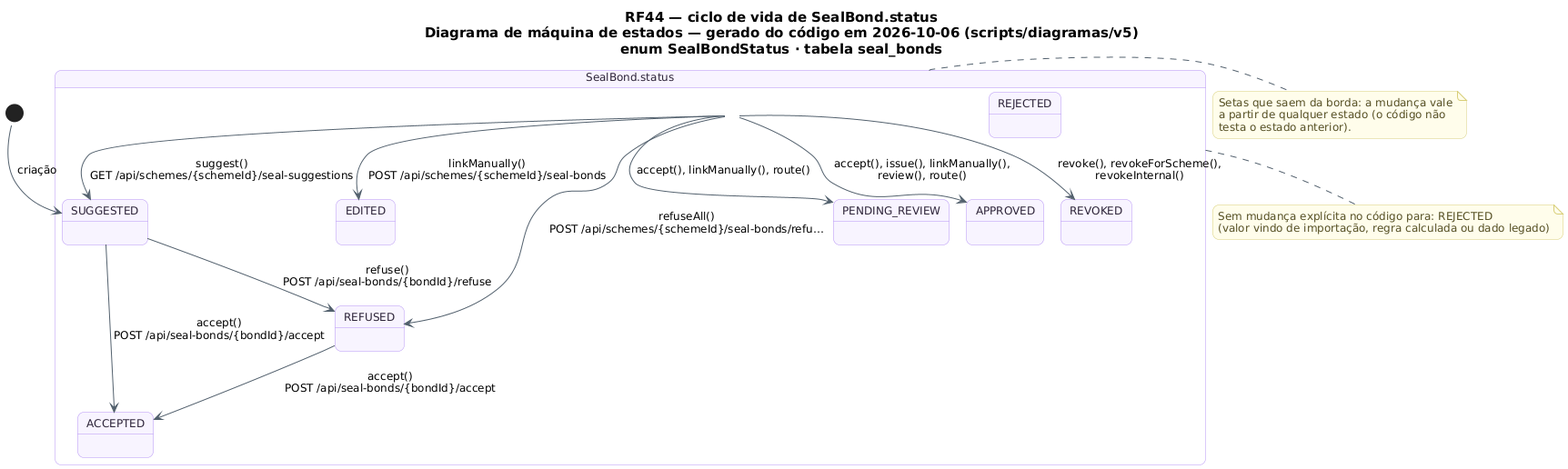
Above: docs/diagramas/RF44/RF44_MaquinaDeEstados_Venda.png in MatheusHaliski/tcc-2026-fashion-ai-backend (PlantUML), before the change. Its diagram source:
```plantuml
@startuml RF44_MaquinaDeEstados_Venda
!pragma layout smetana
skinparam backgroundColor #FFFFFF
skinparam shadowing false
skinparam defaultFontName "DejaVu Sans"
skinparam defaultFontSize 12
skinparam titleFontSize 15
skinparam roundcorner 14
skinparam ArrowColor #52606D
skinparam note {
  BackgroundColor #FFFDEB
  BorderColor #D8CE78
  FontColor #554F24
}
skinparam state {
  BackgroundColor #F8F4FF
  BorderColor #B695F5
  FontColor #2D2438
  StartColor #20A77A
  EndColor #4B5563
}
title RF44 — ciclo de vida de SealBond.status\nDiagrama de máquina de estados — gerado do código em 2026-10-06 (scripts/diagramas/v5)\nenum SealBondStatus · tabela seal_bonds

state "SealBond.status" as Ciclo_SealBond {
  state Ciclo_SealBond_SUGGESTED as "SUGGESTED"
  state Ciclo_SealBond_ACCEPTED as "ACCEPTED"
  state Ciclo_SealBond_EDITED as "EDITED"
  state Ciclo_SealBond_REFUSED as "REFUSED"
  state Ciclo_SealBond_PENDING_REVIEW as "PENDING_REVIEW"
  state Ciclo_SealBond_APPROVED as "APPROVED"
  state Ciclo_SealBond_REJECTED as "REJECTED"
  state Ciclo_SealBond_REVOKED as "REVOKED"
}
[*] --> Ciclo_SealBond_SUGGESTED : criação
Ciclo_SealBond --> Ciclo_SealBond_APPROVED : accept(), issue(), linkManually(),\nreview(), route()
Ciclo_SealBond --> Ciclo_SealBond_EDITED : linkManually()\nPOST /api/schemes/{schemeId}/seal-bonds
Ciclo_SealBond --> Ciclo_SealBond_PENDING_REVIEW : accept(), linkManually(), route()
Ciclo_SealBond --> Ciclo_SealBond_REFUSED : refuseAll()\nPOST /api/schemes/{schemeId}/seal-bonds/refu…
Ciclo_SealBond --> Ciclo_SealBond_REVOKED : revoke(), revokeForScheme(),\nrevokeInternal()
Ciclo_SealBond --> Ciclo_SealBond_SUGGESTED : suggest()\nGET /api/schemes/{schemeId}/seal-suggestions
Ciclo_SealBond_REFUSED --> Ciclo_SealBond_ACCEPTED : accept()\nPOST /api/seal-bonds/{bondId}/accept
Ciclo_SealBond_SUGGESTED --> Ciclo_SealBond_ACCEPTED : accept()\nPOST /api/seal-bonds/{bondId}/accept
Ciclo_SealBond_SUGGESTED --> Ciclo_SealBond_REFUSED : refuse()\nPOST /api/seal-bonds/{bondId}/refuse
note bottom of Ciclo_SealBond
  Sem mudança explícita no código para: REJECTED
  (valor vindo de importação, regra calculada ou dado legado)
end note
note right of Ciclo_SealBond
  Setas que saem da borda: a mudança vale
  a partir de qualquer estado (o código não
  testa o estado anterior).
end note
@enduml
```
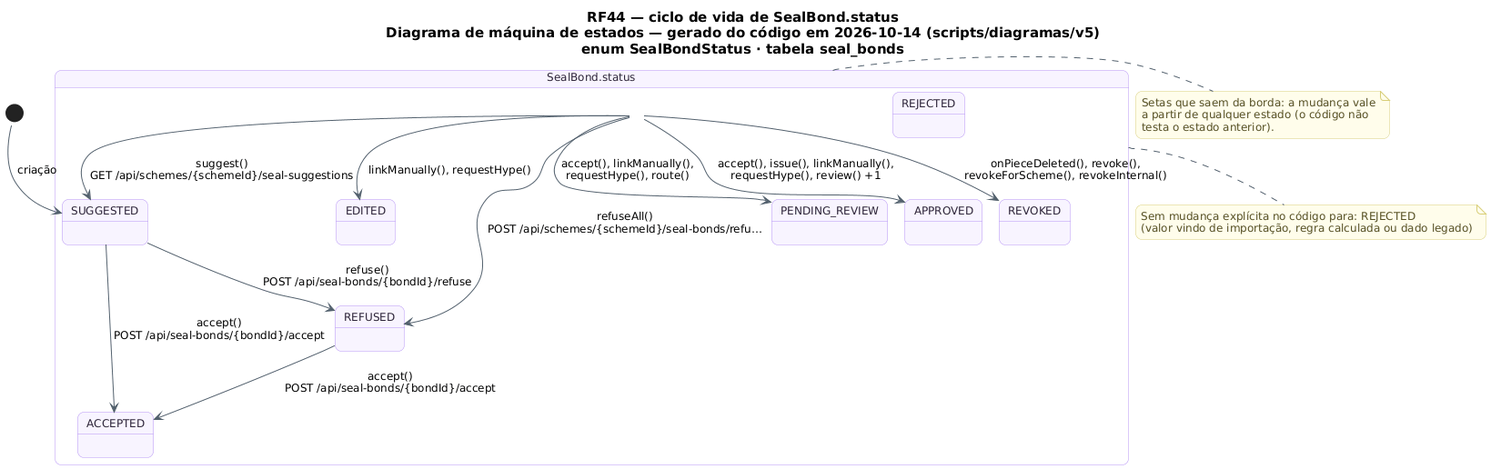
Later version of the same file.

Diff of the diagram source:
```diff
@@ -19,7 +19,7 @@
   StartColor #20A77A
   EndColor #4B5563
 }
-title RF44 — ciclo de vida de SealBond.status\nDiagrama de máquina de estados — gerado do código em 2026-10-06 (scripts/diagramas/v5)\nenum SealBondStatus · tabela seal_bonds
+title RF44 — ciclo de vida de SealBond.status\nDiagrama de máquina de estados — gerado do código em 2026-10-14 (scripts/diagramas/v5)\nenum SealBondStatus · tabela seal_bonds
 
 state "SealBond.status" as Ciclo_SealBond {
   state Ciclo_SealBond_SUGGESTED as "SUGGESTED"
@@ -32,11 +32,11 @@
   state Ciclo_SealBond_REVOKED as "REVOKED"
 }
 [*] --> Ciclo_SealBond_SUGGESTED : criação
-Ciclo_SealBond --> Ciclo_SealBond_APPROVED : accept(), issue(), linkManually(),\nreview(), route()
-Ciclo_SealBond --> Ciclo_SealBond_EDITED : linkManually()\nPOST /api/schemes/{schemeId}/seal-bonds
-Ciclo_SealBond --> Ciclo_SealBond_PENDING_REVIEW : accept(), linkManually(), route()
+Ciclo_SealBond --> Ciclo_SealBond_APPROVED : accept(), issue(), linkManually(),\nrequestHype(), review() +1
+Ciclo_SealBond --> Ciclo_SealBond_EDITED : linkManually(), requestHype()
+Ciclo_SealBond --> Ciclo_SealBond_PENDING_REVIEW : accept(), linkManually(),\nrequestHype(), route()
 Ciclo_SealBond --> Ciclo_SealBond_REFUSED : refuseAll()\nPOST /api/schemes/{schemeId}/seal-bonds/refu…
-Ciclo_SealBond --> Ciclo_SealBond_REVOKED : revoke(), revokeForScheme(),\nrevokeInternal()
+Ciclo_SealBond --> Ciclo_SealBond_REVOKED : onPieceDeleted(), revoke(),\nrevokeForScheme(), revokeInternal()
 Ciclo_SealBond --> Ciclo_SealBond_SUGGESTED : suggest()\nGET /api/schemes/{schemeId}/seal-suggestions
 Ciclo_SealBond_REFUSED --> Ciclo_SealBond_ACCEPTED : accept()\nPOST /api/seal-bonds/{bondId}/accept
 Ciclo_SealBond_SUGGESTED --> Ciclo_SealBond_ACCEPTED : accept()\nPOST /api/seal-bonds/{bondId}/accept
```
